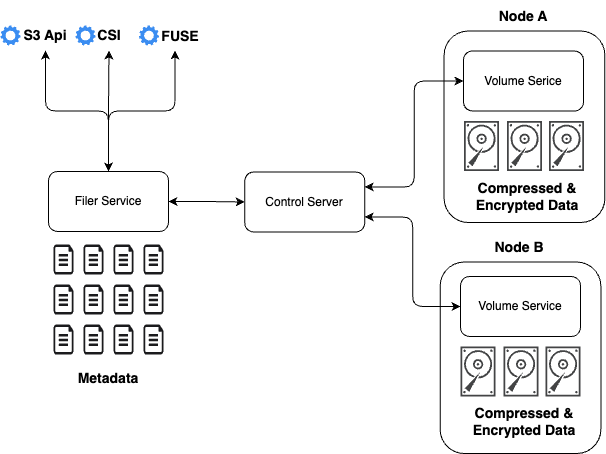
This is docs/assets/images/seaweedfs.drawio.png from small-hack/smol-k8s-lab, a draw.io export, as it was before one commit. Source tidied: cells renumbered, new cells last; positions are measured from the earlier drawing's top-left corner, leaving out a move shared by most shapes.
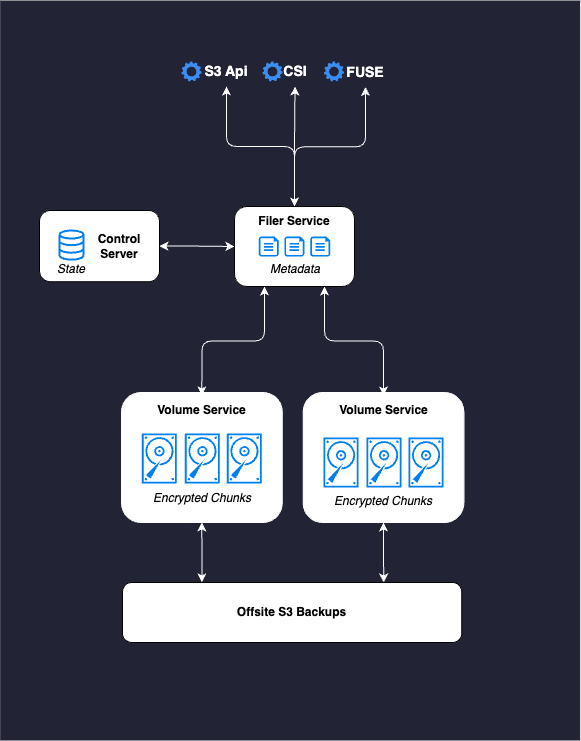
Later version of the same file.

Commit message:
cleanup kubevirt and add details to seaweedfs

Diff of the diagram source:
```diff
@@ -2,130 +2,122 @@
   <root>
     <mxCell id="0" />
     <mxCell id="1" parent="0" />
-    <mxCell id="2" style="edgeStyle=orthogonalEdgeStyle;rounded=1;jettySize=auto;html=1;exitX=1;exitY=0.25;exitDx=0;exitDy=0;entryX=0;entryY=0.5;entryDx=0;entryDy=0;fontSize=12;startArrow=classic;startFill=1;" parent="1" edge="1" source="3" target="23">
-      <mxGeometry relative="1" as="geometry" />
-    </mxCell>
+    <mxCell id="43" style="rounded=1;whiteSpace=wrap;html=1;fontSize=12;arcSize=0;strokeColor=none;fillColor=#232336;" parent="1" vertex="1">
+      <mxGeometry x="140.6" y="-84" width="580" height="740" as="geometry" />
+    </mxCell>
+    <mxCell id="44" style="edgeStyle=orthogonalEdgeStyle;rounded=1;jettySize=auto;html=1;startArrow=classic;startFill=1;exitX=0.5;exitY=0;exitDx=0;exitDy=0;entryX=0.75;entryY=1;entryDx=0;entryDy=0;strokeColor=#FFFFFF;" parent="1" edge="1" source="62" target="8">
+      <mxGeometry relative="1" as="geometry" />
+    </mxCell>
+    <mxCell id="45" style="edgeStyle=orthogonalEdgeStyle;rounded=0;jettySize=auto;html=1;exitX=0.5;exitY=1;exitDx=0;exitDy=0;entryX=0.77;entryY=0;entryDx=0;entryDy=0;entryPerimeter=0;startArrow=classic;startFill=1;strokeColor=#FFFFFF;" parent="1" edge="1" source="41" target="60">
+      <mxGeometry relative="1" as="geometry" />
+    </mxCell>
+    <mxCell id="41" style="rounded=1;whiteSpace=wrap;html=1;fontSize=12;fillColor=default;strokeColor=#FFFFFF;" parent="1" vertex="1">
+      <mxGeometry x="443.6" y="308" width="160.8" height="130" as="geometry" />
+    </mxCell>
+    <mxCell id="46" style="edgeStyle=orthogonalEdgeStyle;rounded=0;jettySize=auto;html=1;exitX=0.5;exitY=1;exitDx=0;exitDy=0;entryX=0.234;entryY=0;entryDx=0;entryDy=0;entryPerimeter=0;startArrow=classic;startFill=1;strokeColor=#FFFFFF;" parent="1" edge="1" source="39" target="60">
+      <mxGeometry relative="1" as="geometry" />
+    </mxCell>
+    <mxCell id="39" style="rounded=1;whiteSpace=wrap;html=1;fontSize=12;fillColor=default;strokeColor=#FFFFFF;" parent="1" vertex="1">
+      <mxGeometry x="262" y="308" width="160.8" height="130" as="geometry" />
+    </mxCell>
+    <mxCell id="47" style="edgeStyle=orthogonalEdgeStyle;rounded=0;jettySize=auto;html=1;exitX=1;exitY=0.5;exitDx=0;exitDy=0;entryX=0;entryY=0.5;entryDx=0;entryDy=0;startArrow=classic;startFill=1;strokeColor=#FFFFFF;" parent="1" edge="1" source="3" target="8">
+      <mxGeometry relative="1" as="geometry" />
+    </mxCell>
-    <mxCell id="3" value="Control Server" style="rounded=1;whiteSpace=wrap;html=1;" parent="1" vertex="1">
-      <mxGeometry x="244.2" y="170.5" width="120" height="60" as="geometry" />
+    <mxCell id="3" style="rounded=1;whiteSpace=wrap;html=1;" parent="1" vertex="1">
+      <mxGeometry x="180" y="126" width="120" height="71.2" as="geometry" />
     </mxCell>
+    <mxCell id="48" style="edgeStyle=orthogonalEdgeStyle;rounded=1;jettySize=auto;html=1;exitX=0.25;exitY=1;exitDx=0;exitDy=0;startArrow=classic;startFill=1;strokeColor=#FFFFFF;entryX=0.5;entryY=0;entryDx=0;entryDy=0;" parent="1" edge="1" source="8" target="61">
+      <mxGeometry relative="1" as="geometry" />
+    </mxCell>
+    <mxCell id="5" style="edgeStyle=orthogonalEdgeStyle;rounded=1;jettySize=auto;html=1;exitX=0.5;exitY=0;exitDx=0;exitDy=0;entryX=0.5;entryY=1;entryDx=0;entryDy=0;startArrow=classic;startFill=1;strokeColor=#FFFFFF;" parent="1" edge="1" source="8" target="34">
+      <mxGeometry relative="1" as="geometry" />
+    </mxCell>
+    <mxCell id="49" style="edgeStyle=orthogonalEdgeStyle;rounded=1;jettySize=auto;html=1;exitX=0.5;exitY=0;exitDx=0;exitDy=0;startArrow=classic;startFill=1;strokeColor=#FFFFFF;" parent="1" edge="1" source="8" target="38">
+      <mxGeometry relative="1" as="geometry" />
+    </mxCell>
-    <mxCell id="4" style="edgeStyle=orthogonalEdgeStyle;rounded=1;jettySize=auto;html=1;exitX=0.5;exitY=0;exitDx=0;exitDy=0;fontSize=12;startArrow=classic;startFill=1;entryX=0.5;entryY=1;entryDx=0;entryDy=0;" parent="1" edge="1" source="8" target="36">
+    <mxCell id="4" style="edgeStyle=orthogonalEdgeStyle;rounded=0;jettySize=auto;html=1;exitX=0.5;exitY=0;exitDx=0;exitDy=0;startArrow=classic;startFill=1;strokeColor=#FFFFFF;" parent="1" edge="1" source="8" target="36">
       <mxGeometry relative="1" as="geometry" />
     </mxCell>
-    <mxCell id="5" style="edgeStyle=orthogonalEdgeStyle;rounded=1;jettySize=auto;html=1;exitX=0.5;exitY=0;exitDx=0;exitDy=0;fontSize=12;startArrow=classic;startFill=1;" parent="1" edge="1" source="8" target="34">
-      <mxGeometry relative="1" as="geometry" />
-    </mxCell>
-    <mxCell id="6" style="edgeStyle=orthogonalEdgeStyle;rounded=1;jettySize=auto;html=1;exitX=0.5;exitY=0;exitDx=0;exitDy=0;fontSize=12;startArrow=classic;startFill=1;" parent="1" edge="1" source="8">
-      <mxGeometry relative="1" as="geometry">
-        <mxPoint x="174.5" y="49" as="targetPoint" />
-      </mxGeometry>
-    </mxCell>
-    <mxCell id="7" style="edgeStyle=orthogonalEdgeStyle;rounded=1;jettySize=auto;html=1;exitX=1;exitY=0.5;exitDx=0;exitDy=0;entryX=0;entryY=0.5;entryDx=0;entryDy=0;fontSize=12;startArrow=classic;startFill=1;" parent="1" edge="1" source="8" target="3">
-      <mxGeometry relative="1" as="geometry" />
-    </mxCell>
-    <mxCell id="8" value="Filer Service" style="rounded=1;whiteSpace=wrap;html=1;" parent="1" vertex="1">
-      <mxGeometry x="48" y="170" width="120" height="60" as="geometry" />
+    <mxCell id="8" style="rounded=1;whiteSpace=wrap;html=1;" parent="1" vertex="1">
+      <mxGeometry x="375" y="122" width="120" height="80" as="geometry" />
     </mxCell>
-    <mxCell id="9" style="edgeStyle=orthogonalEdgeStyle;rounded=1;jettySize=auto;html=1;exitX=0;exitY=0.5;exitDx=0;exitDy=0;entryX=1;entryY=0.75;entryDx=0;entryDy=0;fontSize=12;startArrow=classic;startFill=1;" parent="1" edge="1" source="10" target="3">
-      <mxGeometry relative="1" as="geometry" />
-    </mxCell>
-    <mxCell id="10" value="Volume Service" style="rounded=1;whiteSpace=wrap;html=1;" parent="1" vertex="1">
-      <mxGeometry x="460" y="275" width="120" height="60" as="geometry" />
-    </mxCell>
-    <mxCell id="11" style="verticalLabelPosition=bottom;html=1;verticalAlign=top;align=center;strokeColor=none;fillColor=#1B1B1D;shape=mxgraph.azure.cloud_services_configuration_file;" parent="1" vertex="1">
-      <mxGeometry x="53" y="243" width="20" height="30" as="geometry" />
-    </mxCell>
-    <mxCell id="12" style="verticalLabelPosition=bottom;html=1;verticalAlign=top;align=center;strokeColor=none;fillColor=#1B1B1D;shape=mxgraph.azure.cloud_services_configuration_file;" parent="1" vertex="1">
-      <mxGeometry x="83" y="243" width="20" height="30" as="geometry" />
-    </mxCell>
-    <mxCell id="13" style="verticalLabelPosition=bottom;html=1;verticalAlign=top;align=center;strokeColor=none;fillColor=#1B1B1D;shape=mxgraph.azure.cloud_services_configuration_file;" parent="1" vertex="1">
-      <mxGeometry x="113" y="243" width="20" height="30" as="geometry" />
-    </mxCell>
-    <mxCell id="14" style="verticalLabelPosition=bottom;html=1;verticalAlign=top;align=center;strokeColor=none;fillColor=#1B1B1D;shape=mxgraph.azure.cloud_services_configuration_file;" parent="1" vertex="1">
-      <mxGeometry x="143" y="243" width="20" height="30" as="geometry" />
-    </mxCell>
-    <mxCell id="15" style="verticalLabelPosition=bottom;html=1;verticalAlign=top;align=center;strokeColor=none;fillColor=#1B1B1D;shape=mxgraph.azure.cloud_services_configuration_file;" parent="1" vertex="1">
-      <mxGeometry x="53" y="283" width="20" height="30" as="geometry" />
-    </mxCell>
-    <mxCell id="16" style="verticalLabelPosition=bottom;html=1;verticalAlign=top;align=center;strokeColor=none;fillColor=#1B1B1D;shape=mxgraph.azure.cloud_services_configuration_file;" parent="1" vertex="1">
-      <mxGeometry x="83" y="283" width="20" height="30" as="geometry" />
-    </mxCell>
-    <mxCell id="17" style="verticalLabelPosition=bottom;html=1;verticalAlign=top;align=center;strokeColor=none;fillColor=#1B1B1D;shape=mxgraph.azure.cloud_services_configuration_file;" parent="1" vertex="1">
-      <mxGeometry x="113" y="283" width="20" height="30" as="geometry" />
-    </mxCell>
-    <mxCell id="18" style="verticalLabelPosition=bottom;html=1;verticalAlign=top;align=center;strokeColor=none;fillColor=#1B1B1D;shape=mxgraph.azure.cloud_services_configuration_file;" parent="1" vertex="1">
-      <mxGeometry x="143" y="283" width="20" height="30" as="geometry" />
-    </mxCell>
-    <mxCell id="19" style="verticalLabelPosition=bottom;html=1;verticalAlign=top;align=center;strokeColor=none;fillColor=#1B1B1D;shape=mxgraph.azure.cloud_services_configuration_file;" parent="1" vertex="1">
-      <mxGeometry x="53" y="323" width="20" height="30" as="geometry" />
-    </mxCell>
-    <mxCell id="20" style="verticalLabelPosition=bottom;html=1;verticalAlign=top;align=center;strokeColor=none;fillColor=#1B1B1D;shape=mxgraph.azure.cloud_services_configuration_file;" parent="1" vertex="1">
-      <mxGeometry x="83" y="323" width="20" height="30" as="geometry" />
-    </mxCell>
-    <mxCell id="21" style="verticalLabelPosition=bottom;html=1;verticalAlign=top;align=center;strokeColor=none;fillColor=#1B1B1D;shape=mxgraph.azure.cloud_services_configuration_file;" parent="1" vertex="1">
-      <mxGeometry x="113" y="323" width="20" height="30" as="geometry" />
-    </mxCell>
-    <mxCell id="22" style="verticalLabelPosition=bottom;html=1;verticalAlign=top;align=center;strokeColor=none;fillColor=#1B1B1D;shape=mxgraph.azure.cloud_services_configuration_file;" parent="1" vertex="1">
-      <mxGeometry x="143" y="323" width="20" height="30" as="geometry" />
-    </mxCell>
-    <mxCell id="23" value="Volume Serice" style="rounded=1;whiteSpace=wrap;html=1;" parent="1" vertex="1">
-      <mxGeometry x="463" y="49.5" width="120" height="60" as="geometry" />
-    </mxCell>
-    <mxCell id="24" value="Metadata" style="text;html=1;strokeColor=none;fillColor=none;align=center;verticalAlign=middle;whiteSpace=wrap;rounded=0;fontSize=14;fontStyle=1;" parent="1" vertex="1">
-      <mxGeometry x="78" y="362" width="60" height="30" as="geometry" />
-    </mxCell>
-    <mxCell id="25" value="Compressed &amp;amp; Encrypted Data" style="text;html=1;strokeColor=none;fillColor=none;align=center;verticalAlign=middle;whiteSpace=wrap;rounded=0;fontSize=14;fontStyle=1;" parent="1" vertex="1">
-      <mxGeometry x="469" y="405" width="110" height="30" as="geometry" />
-    </mxCell>
-    <mxCell id="26" style="sketch=0;shadow=0;dashed=0;html=1;strokeColor=none;fillColor=#434445;labelPosition=center;verticalLabelPosition=bottom;verticalAlign=top;align=center;shape=mxgraph.vvd.disk;fontSize=14;flipH=0;" parent="1" vertex="1">
-      <mxGeometry x="460" y="345" width="35" height="50" as="geometry" />
+    <mxCell id="26" style="sketch=0;shadow=0;dashed=0;html=1;strokeColor=none;fillColor=#0080F0;labelPosition=center;verticalLabelPosition=bottom;verticalAlign=top;align=center;shape=mxgraph.vvd.disk;fontSize=14;flipH=0;fontColor=#FFFFFF;" parent="1" vertex="1">
+      <mxGeometry x="464" y="353" width="35" height="50" as="geometry" />
     </mxCell>
-    <mxCell id="27" style="sketch=0;shadow=0;dashed=0;html=1;strokeColor=none;fillColor=#434445;labelPosition=center;verticalLabelPosition=bottom;verticalAlign=top;align=center;shape=mxgraph.vvd.disk;fontSize=14;flipH=0;" parent="1" vertex="1">
-      <mxGeometry x="503" y="345" width="35" height="50" as="geometry" />
+    <mxCell id="27" style="sketch=0;shadow=0;dashed=0;html=1;strokeColor=none;fillColor=#0080F0;labelPosition=center;verticalLabelPosition=bottom;verticalAlign=top;align=center;shape=mxgraph.vvd.disk;fontSize=14;flipH=0;fontColor=#FFFFFF;" parent="1" vertex="1">
+      <mxGeometry x="507" y="353" width="35" height="50" as="geometry" />
     </mxCell>
-    <mxCell id="28" style="sketch=0;shadow=0;dashed=0;html=1;strokeColor=none;fillColor=#434445;labelPosition=center;verticalLabelPosition=bottom;verticalAlign=top;align=center;shape=mxgraph.vvd.disk;fontSize=14;flipH=0;" parent="1" vertex="1">
-      <mxGeometry x="545" y="345" width="35" height="50" as="geometry" />
+    <mxCell id="28" style="sketch=0;shadow=0;dashed=0;html=1;strokeColor=none;fillColor=#0080F0;labelPosition=center;verticalLabelPosition=bottom;verticalAlign=top;align=center;shape=mxgraph.vvd.disk;fontSize=14;flipH=0;fontColor=#FFFFFF;" parent="1" vertex="1">
+      <mxGeometry x="549" y="353" width="35" height="50" as="geometry" />
     </mxCell>
-    <mxCell id="29" value="Compressed &amp;amp; Encrypted Data" style="text;html=1;strokeColor=none;fillColor=none;align=center;verticalAlign=middle;whiteSpace=wrap;rounded=0;fontSize=14;fontStyle=1;" parent="1" vertex="1">
-      <mxGeometry x="472.5" y="179.5" width="110" height="30" as="geometry" />
-    </mxCell>
-    <mxCell id="30" style="sketch=0;shadow=0;dashed=0;html=1;strokeColor=none;fillColor=#434445;labelPosition=center;verticalLabelPosition=bottom;verticalAlign=top;align=center;shape=mxgraph.vvd.disk;fontSize=14;flipH=0;" parent="1" vertex="1">
-      <mxGeometry x="463.5" y="119.5" width="35" height="50" as="geometry" />
+    <mxCell id="30" style="sketch=0;shadow=0;dashed=0;html=1;strokeColor=none;fillColor=#0080F0;labelPosition=center;verticalLabelPosition=bottom;verticalAlign=top;align=center;shape=mxgraph.vvd.disk;fontSize=14;flipH=0;fontColor=#FFFFFF;" parent="1" vertex="1">
+      <mxGeometry x="282.4" y="349" width="35" height="50" as="geometry" />
     </mxCell>
-    <mxCell id="31" style="sketch=0;shadow=0;dashed=0;html=1;strokeColor=none;fillColor=#434445;labelPosition=center;verticalLabelPosition=bottom;verticalAlign=top;align=center;shape=mxgraph.vvd.disk;fontSize=14;flipH=0;" parent="1" vertex="1">
-      <mxGeometry x="506.5" y="119.5" width="35" height="50" as="geometry" />
+    <mxCell id="31" style="sketch=0;shadow=0;dashed=0;html=1;strokeColor=none;fillColor=#0080F0;labelPosition=center;verticalLabelPosition=bottom;verticalAlign=top;align=center;shape=mxgraph.vvd.disk;fontSize=14;flipH=0;fontColor=#FFFFFF;" parent="1" vertex="1">
+      <mxGeometry x="325.4" y="349" width="35" height="50" as="geometry" />
     </mxCell>
-    <mxCell id="32" style="sketch=0;shadow=0;dashed=0;html=1;strokeColor=none;fillColor=#434445;labelPosition=center;verticalLabelPosition=bottom;verticalAlign=top;align=center;shape=mxgraph.vvd.disk;fontSize=14;flipH=0;" parent="1" vertex="1">
-      <mxGeometry x="548.5" y="119.5" width="35" height="50" as="geometry" />
+    <mxCell id="32" style="sketch=0;shadow=0;dashed=0;html=1;strokeColor=none;fillColor=#0080F0;labelPosition=center;verticalLabelPosition=bottom;verticalAlign=top;align=center;shape=mxgraph.vvd.disk;fontSize=14;flipH=0;fontColor=#FFFFFF;" parent="1" vertex="1">
+      <mxGeometry x="367.4" y="349" width="35" height="50" as="geometry" />
     </mxCell>
     <mxCell id="33" style="sketch=0;html=1;strokeColor=none;shadow=0;align=center;verticalAlign=top;fillColor=#3B8DF1;shape=mxgraph.gcp2.gear;fontSize=12;" parent="1" vertex="1">
-      <mxGeometry y="24" width="20" height="20" as="geometry" />
+      <mxGeometry x="322" y="-23" width="20" height="20" as="geometry" />
     </mxCell>
-    <mxCell id="34" value="S3 Api" style="text;html=1;strokeColor=none;fillColor=none;align=center;verticalAlign=middle;whiteSpace=wrap;rounded=0;fontSize=14;fontStyle=1;" parent="1" vertex="1">
-      <mxGeometry x="15" y="19" width="60" height="30" as="geometry" />
+    <mxCell id="34" value="S3 Api" style="text;html=1;strokeColor=none;fillColor=none;align=center;verticalAlign=middle;whiteSpace=wrap;rounded=0;fontSize=14;fontStyle=1;fontColor=#FFFFFF;" parent="1" vertex="1">
+      <mxGeometry x="337" y="-28" width="60" height="30" as="geometry" />
     </mxCell>
     <mxCell id="35" style="sketch=0;html=1;strokeColor=none;shadow=0;align=center;verticalAlign=top;fillColor=#3B8DF1;shape=mxgraph.gcp2.gear;fontSize=12;" parent="1" vertex="1">
-      <mxGeometry x="75" y="24" width="20" height="20" as="geometry" />
+      <mxGeometry x="403" y="-23" width="20" height="20" as="geometry" />
     </mxCell>
-    <mxCell id="36" value="CSI" style="text;html=1;strokeColor=none;fillColor=none;align=center;verticalAlign=middle;whiteSpace=wrap;rounded=0;fontSize=14;fontStyle=1;" parent="1" vertex="1">
-      <mxGeometry x="78.5" y="19" width="60" height="30" as="geometry" />
+    <mxCell id="36" value="CSI" style="text;html=1;strokeColor=none;fillColor=none;align=center;verticalAlign=middle;whiteSpace=wrap;rounded=0;fontSize=14;fontStyle=1;fontColor=#FFFFFF;" parent="1" vertex="1">
+      <mxGeometry x="405.5" y="-28" width="60" height="30" as="geometry" />
     </mxCell>
     <mxCell id="37" style="sketch=0;html=1;strokeColor=none;shadow=0;align=center;verticalAlign=top;fillColor=#3B8DF1;shape=mxgraph.gcp2.gear;fontSize=12;" parent="1" vertex="1">
-      <mxGeometry x="138.5" y="24" width="20" height="20" as="geometry" />
+      <mxGeometry x="464.5" y="-23" width="20" height="20" as="geometry" />
     </mxCell>
-    <mxCell id="38" value="FUSE" style="text;html=1;strokeColor=none;fillColor=none;align=center;verticalAlign=middle;whiteSpace=wrap;rounded=0;fontSize=14;fontStyle=1;" parent="1" vertex="1">
-      <mxGeometry x="150" y="19.5" width="60" height="30" as="geometry" />
+    <mxCell id="38" value="FUSE" style="text;html=1;strokeColor=none;fillColor=none;align=center;verticalAlign=middle;whiteSpace=wrap;rounded=0;fontSize=14;fontStyle=1;fontColor=#FFFFFF;" parent="1" vertex="1">
+      <mxGeometry x="476" y="-27.5" width="60" height="30" as="geometry" />
     </mxCell>
-    <mxCell id="39" style="rounded=1;whiteSpace=wrap;html=1;fontSize=12;fillColor=none;" parent="1" vertex="1">
-      <mxGeometry x="443.6" y="29.5" width="160.8" height="191.5" as="geometry" />
-    </mxCell>
-    <mxCell id="40" value="Node A" style="text;html=1;strokeColor=none;fillColor=none;align=center;verticalAlign=middle;whiteSpace=wrap;rounded=0;fontSize=14;fontStyle=1;" parent="1" vertex="1">
-      <mxGeometry x="492.7" y="-0.5" width="60" height="30" as="geometry" />
-    </mxCell>
-    <mxCell id="41" style="rounded=1;whiteSpace=wrap;html=1;fontSize=12;fillColor=none;" parent="1" vertex="1">
-      <mxGeometry x="439.6" y="260.5" width="160.8" height="191.5" as="geometry" />
-    </mxCell>
-    <mxCell id="42" value="Node B" style="text;html=1;strokeColor=none;fillColor=none;align=center;verticalAlign=middle;whiteSpace=wrap;rounded=0;fontSize=14;fontStyle=1;" parent="1" vertex="1">
-      <mxGeometry x="488.8" y="230.5" width="60" height="30" as="geometry" />
-    </mxCell>
+    <mxCell id="50" style="group;" parent="1" vertex="1">
+      <mxGeometry x="399.2" y="152" width="71.5" height="20" as="geometry" />
+    </mxCell>
+    <mxCell id="51" style="verticalLabelPosition=bottom;html=1;verticalAlign=top;align=center;strokeColor=none;fillColor=#0080F0;shape=mxgraph.azure.cloud_services_configuration_file;" parent="50" vertex="1">
+      <mxGeometry width="20" height="20" as="geometry" />
+    </mxCell>
+    <mxCell id="52" style="verticalLabelPosition=bottom;html=1;verticalAlign=top;align=center;strokeColor=none;fillColor=#0080F0;shape=mxgraph.azure.cloud_services_configuration_file;" parent="50" vertex="1">
+      <mxGeometry x="25.6" width="20" height="20" as="geometry" />
+    </mxCell>
+    <mxCell id="53" style="verticalLabelPosition=bottom;html=1;verticalAlign=top;align=center;strokeColor=none;fillColor=#0080F0;shape=mxgraph.azure.cloud_services_configuration_file;" parent="50" vertex="1">
+      <mxGeometry x="51.5" width="20" height="20" as="geometry" />
+    </mxCell>
+    <mxCell id="54" value="Filer Service" style="text;html=1;strokeColor=none;fillColor=none;align=center;verticalAlign=middle;whiteSpace=wrap;rounded=0;fontStyle=1;" parent="1" vertex="1">
+      <mxGeometry x="390" y="122" width="90" height="30" as="geometry" />
+    </mxCell>
+    <mxCell id="24" value="Metadata" style="text;html=1;strokeColor=none;fillColor=none;align=center;verticalAlign=middle;whiteSpace=wrap;rounded=0;fontSize=12;fontStyle=2;" parent="1" vertex="1">
+      <mxGeometry x="405.5" y="170" width="60" height="30" as="geometry" />
+    </mxCell>
+    <mxCell id="55" style="html=1;verticalLabelPosition=bottom;align=center;labelBackgroundColor=#ffffff;verticalAlign=top;strokeWidth=2;strokeColor=#0080F0;shadow=0;dashed=0;shape=mxgraph.ios7.icons.data;" parent="1" vertex="1">
+      <mxGeometry x="200" y="146" width="24" height="29.1" as="geometry" />
+    </mxCell>
+    <mxCell id="56" value="Control &lt;br&gt;Server" style="text;html=1;strokeColor=none;fillColor=none;align=center;verticalAlign=middle;whiteSpace=wrap;rounded=0;fontStyle=1;" parent="1" vertex="1">
+      <mxGeometry x="215" y="147" width="90" height="30" as="geometry" />
+    </mxCell>
+    <mxCell id="57" value="State" style="text;html=1;strokeColor=none;fillColor=none;align=center;verticalAlign=middle;whiteSpace=wrap;rounded=0;fontSize=12;fontStyle=2;" parent="1" vertex="1">
+      <mxGeometry x="182" y="170" width="60" height="30" as="geometry" />
+    </mxCell>
+    <mxCell id="58" value="Encrypted Chunks" style="text;html=1;strokeColor=none;fillColor=none;align=center;verticalAlign=middle;whiteSpace=wrap;rounded=0;fontSize=12;fontStyle=2;" parent="1" vertex="1">
+      <mxGeometry x="268.1" y="399" width="149.6" height="30" as="geometry" />
+    </mxCell>
+    <mxCell id="59" value="Encrypted Chunks" style="text;html=1;strokeColor=none;fillColor=none;align=center;verticalAlign=middle;whiteSpace=wrap;rounded=0;fontSize=12;fontStyle=2;" parent="1" vertex="1">
+      <mxGeometry x="449.2" y="402" width="149.6" height="30" as="geometry" />
+    </mxCell>
+    <mxCell id="60" value="Offsite S3 Backups" style="rounded=1;whiteSpace=wrap;html=1;fontSize=12;fontStyle=1;" parent="1" vertex="1">
+      <mxGeometry x="263" y="498" width="339.3" height="60" as="geometry" />
+    </mxCell>
+    <mxCell id="61" value="Volume Service" style="text;html=1;strokeColor=none;fillColor=none;align=center;verticalAlign=middle;whiteSpace=wrap;rounded=0;fontStyle=1;" parent="1" vertex="1">
+      <mxGeometry x="295.1" y="311" width="94.6" height="30" as="geometry" />
+    </mxCell>
+    <mxCell id="62" value="Volume Service" style="text;html=1;strokeColor=none;fillColor=none;align=center;verticalAlign=middle;whiteSpace=wrap;rounded=0;fontStyle=1;" parent="1" vertex="1">
+      <mxGeometry x="476.7" y="311" width="94.6" height="30" as="geometry" />
+    </mxCell>
   </root>
 </mxGraphModel>
```
